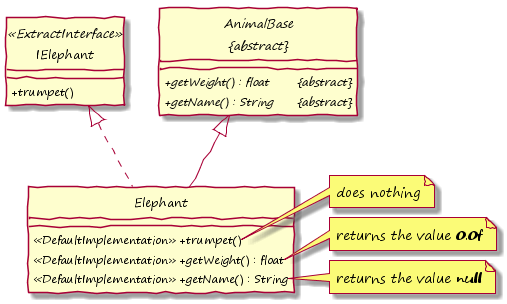
Above: images/PlantUML_ImplementDefault_Simple_Out.png in KirstenZa/xtend-etai (PlantUML), before the change.
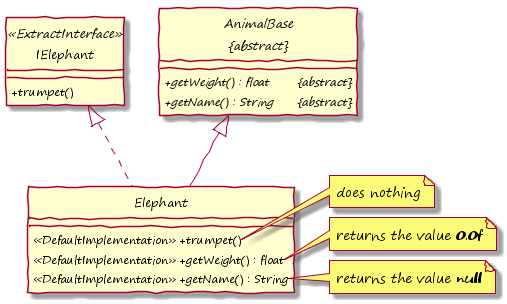
After the commit.

Diff of the diagram source:
```diff
@@ -25,13 +25,13 @@
 Elephant -up-|> AnimalBase
 Elephant .up.|> IElephant
 
-note right of Elephant::trumpet
+note right of Elephant::trumpet()
   does nothing
 end note
-note right of Elephant::getWeight
+note right of Elephant::getWeight()
   returns the value **0.0f**
 end note
-note right of Elephant::getName
+note right of Elephant::getName()
   returns the value **null**
 end note
 
```
